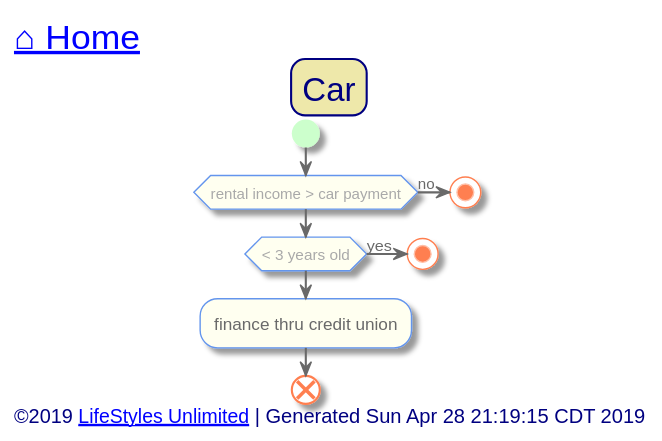
This is out/src/unlimited-lifestyle/car.svg from toddmo/lifestylesunlimited, a PlantUML export, as it was before one commit.
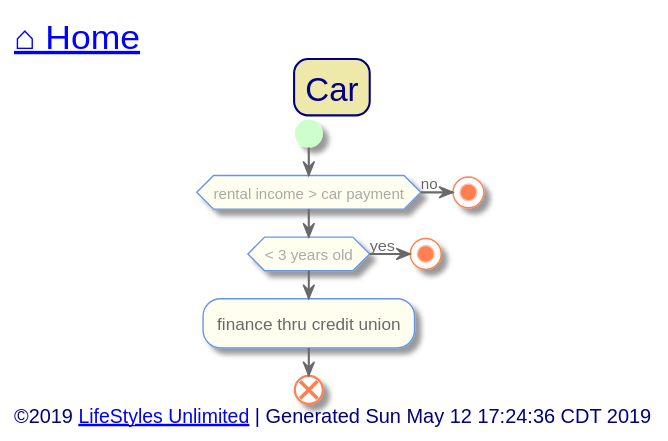
After the change.

What changed in the source:
```diff
@@ -98,7 +98,7 @@
 
 
 left footer
-	<font size=14>©2019 [[http://www.lifestylesunlimited.com LifeStyles Unlimited]] | Generated Sun Apr 28 21:19:15 CDT 2019</font>
+	<font size=14>©2019 [[http://www.lifestylesunlimited.com LifeStyles Unlimited]] | Generated Sun May 12 17:24:36 CDT 2019</font>
 endfooter
 
 
```
